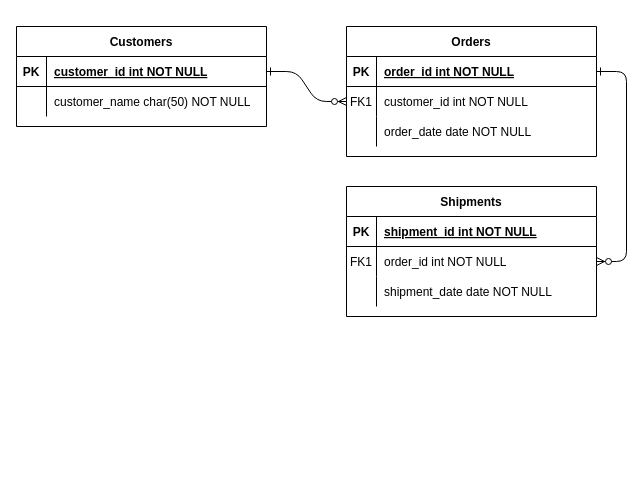
Above: database_manager_hw2_relational_diagram.drawio in jackychia/-6- (draw.io), before the change. Source tidied: cells renumbered, new cells numbered last; positions are measured from the earlier drawing's top-left corner, leaving out a move shared by most shapes. Both pictures are drawn from the tidied source at 100%, with x=0, y=0 at pixel (16, 26).
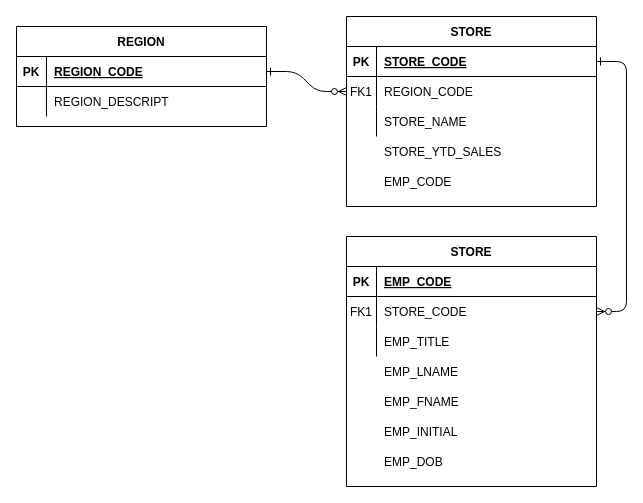
The same page after the edit.

The change refers to these unchanged cells:
```xml
<mxCell id="5" style="shape=partialRectangle;fillColor=none;points=[[0,0.5],[1,0.5]];portConstraint=eastwest;top=0;left=0;right=0;bottom=1;" parent="4" vertex="1">
  <mxGeometry y="30" width="250" height="30" as="geometry" />
</mxCell>
<mxCell id="8" style="shape=partialRectangle;fillColor=none;points=[[0,0.5],[1,0.5]];portConstraint=eastwest;top=0;left=0;right=0;bottom=0;" parent="4" vertex="1">
  <mxGeometry y="60" width="250" height="30" as="geometry" />
</mxCell>
<mxCell id="11" style="shape=partialRectangle;fillColor=none;top=0;left=0;right=0;bottom=0;" parent="4" vertex="1">
  <mxGeometry y="90" width="250" height="30" as="geometry" />
</mxCell>
```

The edit, as a diff of the source:
```diff
@@
+    <mxCell id="24" value="REGION" style="shape=table;startSize=30;childLayout=tableLayout;rowLines=0;fontStyle=1;align=center;" parent="1" vertex="1">
+      <mxGeometry width="250" height="100" as="geometry" />
+    </mxCell>
+    <mxCell id="25" style="shape=partialRectangle;fillColor=none;points=[[0,0.5],[1,0.5]];portConstraint=eastwest;top=0;left=0;right=0;bottom=1;" parent="24" vertex="1">
+      <mxGeometry y="30" width="250" height="30" as="geometry" />
+    </mxCell>
+    <mxCell id="26" value="PK" style="shape=partialRectangle;overflow=hidden;fillColor=none;top=0;left=0;bottom=0;right=0;fontStyle=1;" parent="25" vertex="1">
+      <mxGeometry width="30" height="30" as="geometry" />
+    </mxCell>
+    <mxCell id="27" value="REGION_CODE" style="shape=partialRectangle;overflow=hidden;fillColor=none;top=0;left=0;bottom=0;right=0;align=left;spacingLeft=6;fontStyle=5;" parent="25" vertex="1">
+      <mxGeometry x="30" width="220" height="30" as="geometry" />
+    </mxCell>
+    <mxCell id="28" style="shape=partialRectangle;fillColor=none;top=0;left=0;right=0;bottom=0;" parent="24" vertex="1">
+      <mxGeometry y="60" width="250" height="30" as="geometry" />
+    </mxCell>
+    <mxCell id="29" style="shape=partialRectangle;overflow=hidden;fillColor=none;top=0;left=0;bottom=0;right=0;" parent="28" vertex="1">
+      <mxGeometry width="30" height="30" as="geometry" />
+    </mxCell>
+    <mxCell id="30" value="REGION_DESCRIPT" style="shape=partialRectangle;overflow=hidden;fillColor=none;top=0;left=0;bottom=0;right=0;align=left;spacingLeft=6;" parent="28" vertex="1">
+      <mxGeometry x="30" width="220" height="30" as="geometry" />
+    </mxCell>
+    <mxCell id="31" style="group;" parent="1" vertex="1">
+      <mxGeometry x="330" y="-10" width="250" height="190" as="geometry" />
+    </mxCell>
-    <mxCell id="4" value="Orders" style="shape=table;startSize=30;childLayout=tableLayout;rowLines=0;fontStyle=1;align=center;" parent="1" vertex="1">
-      <mxGeometry x="330" width="250" height="130" as="geometry" />
+    <mxCell id="4" value="STORE" style="shape=table;startSize=30;childLayout=tableLayout;rowLines=0;fontStyle=1;align=center;" parent="31" vertex="1">
+      <mxGeometry width="250" height="190" as="geometry" />
     </mxCell>
@@
-    <mxCell id="7" value="order_id int NOT NULL " style="shape=partialRectangle;overflow=hidden;fillColor=none;top=0;left=0;bottom=0;right=0;align=left;spacingLeft=6;fontStyle=5;" parent="5" vertex="1">
+    <mxCell id="7" value="STORE_CODE" style="shape=partialRectangle;overflow=hidden;fillColor=none;top=0;left=0;bottom=0;right=0;align=left;spacingLeft=6;fontStyle=5;" parent="5" vertex="1">
       <mxGeometry x="30" width="220" height="30" as="geometry" />
     </mxCell>
@@
-    <mxCell id="10" value="customer_id int NOT NULL" style="shape=partialRectangle;overflow=hidden;fillColor=none;top=0;left=0;bottom=0;right=0;align=left;spacingLeft=6;" parent="8" vertex="1">
+    <mxCell id="10" value="REGION_CODE" style="shape=partialRectangle;overflow=hidden;fillColor=none;top=0;left=0;bottom=0;right=0;align=left;spacingLeft=6;" parent="8" vertex="1">
       <mxGeometry x="30" width="220" height="30" as="geometry" />
     </mxCell>
@@
-    <mxCell id="13" value="order_date date NOT NULL" style="shape=partialRectangle;overflow=hidden;fillColor=none;top=0;left=0;bottom=0;right=0;align=left;spacingLeft=6;" parent="11" vertex="1">
+    <mxCell id="13" value="STORE_NAME" style="shape=partialRectangle;overflow=hidden;fillColor=none;top=0;left=0;bottom=0;right=0;align=left;spacingLeft=6;" parent="11" vertex="1">
       <mxGeometry x="30" width="220" height="30" as="geometry" />
     </mxCell>
-    <mxCell id="14" value="Shipments" style="shape=table;startSize=30;childLayout=tableLayout;rowLines=0;fontStyle=1;align=center;" parent="1" vertex="1">
-      <mxGeometry x="330" y="160" width="250" height="130" as="geometry" />
-    </mxCell>
+    <mxCell id="32" value="STORE_YTD_SALES" style="shape=partialRectangle;overflow=hidden;fillColor=none;top=0;left=0;bottom=0;right=0;align=left;spacingLeft=6;" parent="31" vertex="1">
+      <mxGeometry x="30" y="120" width="220" height="30" as="geometry" />
+    </mxCell>
+    <mxCell id="33" value="EMP_CODE" style="shape=partialRectangle;overflow=hidden;fillColor=none;top=0;left=0;bottom=0;right=0;align=left;spacingLeft=6;" parent="31" vertex="1">
+      <mxGeometry x="30" y="150" width="220" height="30" as="geometry" />
+    </mxCell>
+    <mxCell id="34" style="group;" parent="1" vertex="1">
+      <mxGeometry x="330" y="210" width="250" height="250" as="geometry" />
+    </mxCell>
+    <mxCell id="35" value="EMP_LNAME" style="shape=partialRectangle;overflow=hidden;fillColor=none;top=0;left=0;bottom=0;right=0;align=left;spacingLeft=6;" parent="34" vertex="1">
+      <mxGeometry x="30" y="120" width="220" height="30" as="geometry" />
+    </mxCell>
+    <mxCell id="36" value="EMP_FNAME" style="shape=partialRectangle;overflow=hidden;fillColor=none;top=0;left=0;bottom=0;right=0;align=left;spacingLeft=6;" parent="34" vertex="1">
+      <mxGeometry x="30" y="150" width="220" height="30" as="geometry" />
+    </mxCell>
+    <mxCell id="37" value="EMP_INITIAL" style="shape=partialRectangle;overflow=hidden;fillColor=none;top=0;left=0;bottom=0;right=0;align=left;spacingLeft=6;" parent="34" vertex="1">
+      <mxGeometry x="30" y="180" width="220" height="30" as="geometry" />
+    </mxCell>
+    <mxCell id="38" value="EMP_DOB" style="shape=partialRectangle;overflow=hidden;fillColor=none;top=0;left=0;bottom=0;right=0;align=left;spacingLeft=6;" parent="34" vertex="1">
+      <mxGeometry x="30" y="210" width="220" height="30" as="geometry" />
+    </mxCell>
+    <mxCell id="39" value="STORE" style="shape=table;startSize=30;childLayout=tableLayout;rowLines=0;fontStyle=1;align=center;" parent="34" vertex="1">
+      <mxGeometry width="250" height="250" as="geometry" />
+    </mxCell>
-    <mxCell id="15" style="shape=partialRectangle;fillColor=none;top=0;left=0;right=0;bottom=1;" parent="14" vertex="1">
+    <mxCell id="15" style="shape=partialRectangle;fillColor=none;top=0;left=0;right=0;bottom=1;" parent="39" vertex="1">
       <mxGeometry y="30" width="250" height="30" as="geometry" />
     </mxCell>
@@
-    <mxCell id="17" value="shipment_id int NOT NULL " style="shape=partialRectangle;overflow=hidden;fillColor=none;top=0;left=0;bottom=0;right=0;align=left;spacingLeft=6;fontStyle=5;" parent="15" vertex="1">
-      <mxGeometry x="30" width="220" height="30" as="geometry" />
-    </mxCell>
+    <mxCell id="40" value="EMP_CODE" style="shape=partialRectangle;overflow=hidden;fillColor=none;top=0;left=0;bottom=0;right=0;align=left;spacingLeft=6;fontStyle=5;" parent="15" vertex="1">
+      <mxGeometry x="30" width="220" height="30" as="geometry" />
+    </mxCell>
-    <mxCell id="18" style="shape=partialRectangle;fillColor=none;points=[[0,0.5],[1,0.5]];portConstraint=eastwest;top=0;left=0;right=0;bottom=0;" parent="14" vertex="1">
+    <mxCell id="18" style="shape=partialRectangle;fillColor=none;points=[[0,0.5],[1,0.5]];portConstraint=eastwest;top=0;left=0;right=0;bottom=0;" parent="39" vertex="1">
       <mxGeometry y="60" width="250" height="30" as="geometry" />
     </mxCell>
@@
-    <mxCell id="20" value="order_id int NOT NULL" style="shape=partialRectangle;overflow=hidden;fillColor=none;top=0;left=0;bottom=0;right=0;align=left;spacingLeft=6;" parent="18" vertex="1">
-      <mxGeometry x="30" width="220" height="30" as="geometry" />
-    </mxCell>
+    <mxCell id="41" value="STORE_CODE" style="shape=partialRectangle;overflow=hidden;fillColor=none;top=0;left=0;bottom=0;right=0;align=left;spacingLeft=6;" parent="18" vertex="1">
+      <mxGeometry x="30" width="220" height="30" as="geometry" />
+    </mxCell>
-    <mxCell id="21" style="shape=partialRectangle;fillColor=none;top=0;left=0;right=0;bottom=0;" parent="14" vertex="1">
+    <mxCell id="21" style="shape=partialRectangle;fillColor=none;top=0;left=0;right=0;bottom=0;" parent="39" vertex="1">
       <mxGeometry y="90" width="250" height="30" as="geometry" />
     </mxCell>
@@
-    <mxCell id="23" value="shipment_date date NOT NULL" style="shape=partialRectangle;overflow=hidden;fillColor=none;top=0;left=0;bottom=0;right=0;align=left;spacingLeft=6;" parent="21" vertex="1">
-      <mxGeometry x="30" width="220" height="30" as="geometry" />
-    </mxCell>
-    <mxCell id="24" value="Customers" style="shape=table;startSize=30;childLayout=tableLayout;rowLines=0;fontStyle=1;align=center;" parent="1" vertex="1">
-      <mxGeometry width="250" height="100" as="geometry" />
-    </mxCell>
-    <mxCell id="25" style="shape=partialRectangle;fillColor=none;points=[[0,0.5],[1,0.5]];portConstraint=eastwest;top=0;left=0;right=0;bottom=1;" parent="24" vertex="1">
-      <mxGeometry y="30" width="250" height="30" as="geometry" />
-    </mxCell>
-    <mxCell id="26" value="PK" style="shape=partialRectangle;overflow=hidden;fillColor=none;top=0;left=0;bottom=0;right=0;fontStyle=1;" parent="25" vertex="1">
-      <mxGeometry width="30" height="30" as="geometry" />
-    </mxCell>
-    <mxCell id="27" value="customer_id int NOT NULL " style="shape=partialRectangle;overflow=hidden;fillColor=none;top=0;left=0;bottom=0;right=0;align=left;spacingLeft=6;fontStyle=5;" parent="25" vertex="1">
-      <mxGeometry x="30" width="220" height="30" as="geometry" />
-    </mxCell>
-    <mxCell id="28" style="shape=partialRectangle;fillColor=none;top=0;left=0;right=0;bottom=0;" parent="24" vertex="1">
-      <mxGeometry y="60" width="250" height="30" as="geometry" />
-    </mxCell>
-    <mxCell id="29" style="shape=partialRectangle;overflow=hidden;fillColor=none;top=0;left=0;bottom=0;right=0;" parent="28" vertex="1">
-      <mxGeometry width="30" height="30" as="geometry" />
-    </mxCell>
-    <mxCell id="30" value="customer_name char(50) NOT NULL" style="shape=partialRectangle;overflow=hidden;fillColor=none;top=0;left=0;bottom=0;right=0;align=left;spacingLeft=6;" parent="28" vertex="1">
-      <mxGeometry x="30" width="220" height="30" as="geometry" />
-    </mxCell>
+    <mxCell id="42" value="EMP_TITLE" style="shape=partialRectangle;overflow=hidden;fillColor=none;top=0;left=0;bottom=0;right=0;align=left;spacingLeft=6;" parent="21" vertex="1">
+      <mxGeometry x="30" width="220" height="30" as="geometry" />
+    </mxCell>
```
